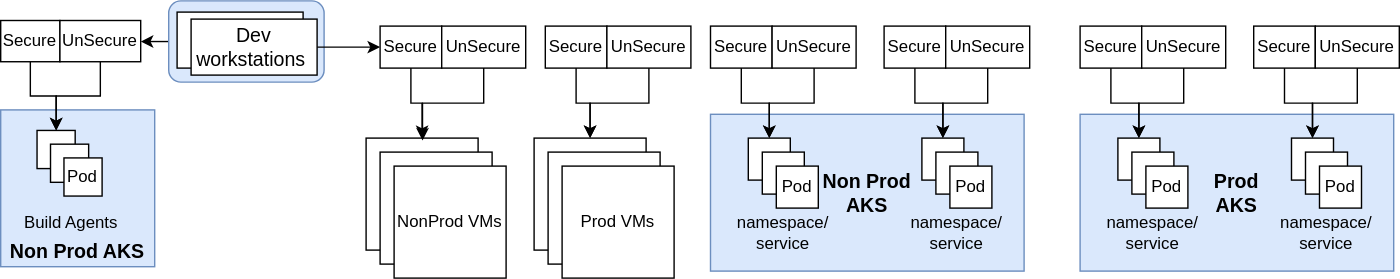
Before: infra/SecureConfigInfrastructure.svg, a diagram exported from draw.io (vjavle/invoicecloud). Source tidied: cells renumbered, new cells last; positions are measured from the earlier drawing's top-left corner, leaving out a move shared by most shapes.
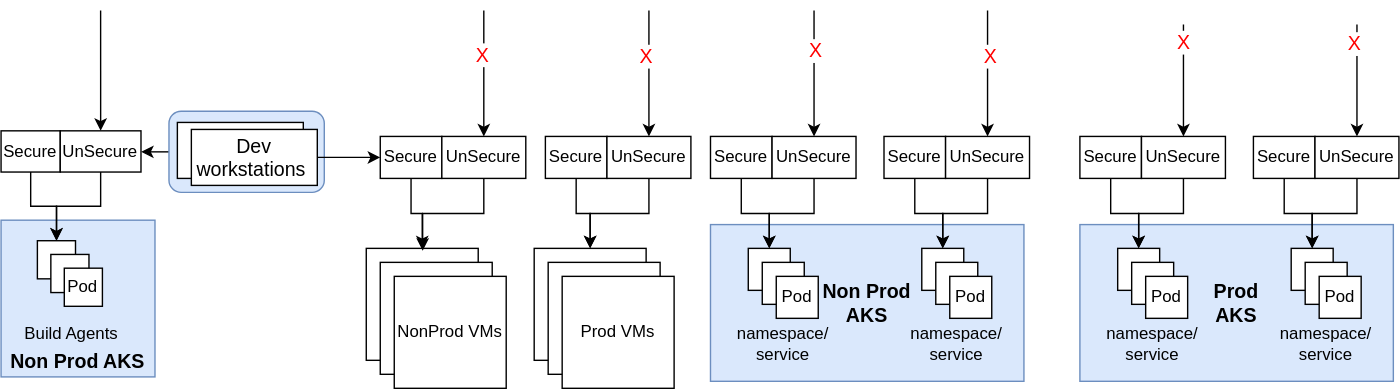
After the change.

Diff of the diagram source:
```diff
@@ -257,5 +257,70 @@
     <mxCell id="86" value="UnSecure" style="rounded=0;whiteSpace=wrap;html=1;" parent="84" vertex="1">
       <mxGeometry x="44" width="60" height="30" as="geometry" />
     </mxCell>
+    <mxCell id="87" style="edgeStyle=orthogonalEdgeStyle;rounded=0;jettySize=auto;html=1;fontSize=14;startArrow=classic;startFill=1;endArrow=none;endFill=0;" parent="1" edge="1" source="37">
+      <mxGeometry relative="1" as="geometry">
+        <mxPoint x="71.2" y="-72" as="targetPoint" />
+      </mxGeometry>
+    </mxCell>
+    <mxCell id="88" style="edgeStyle=orthogonalEdgeStyle;rounded=0;jettySize=auto;html=1;fontSize=14;startArrow=classic;startFill=1;endArrow=none;endFill=0;" parent="1" edge="1" source="20">
+      <mxGeometry relative="1" as="geometry">
+        <mxPoint x="345" y="-72" as="targetPoint" />
+      </mxGeometry>
+    </mxCell>
+    <mxCell id="89" value="X" style="edgeLabel;html=1;align=center;verticalAlign=middle;fontSize=14;fontColor=#FF0000;" parent="88" vertex="1">
+      <mxGeometry x="0.29" y="1" relative="1" as="geometry" />
+    </mxCell>
+    <mxCell id="90" style="edgeStyle=orthogonalEdgeStyle;rounded=0;jettySize=auto;html=1;fontSize=14;startArrow=classic;startFill=1;endArrow=none;endFill=0;" parent="1" edge="1" source="52">
+      <mxGeometry relative="1" as="geometry">
+        <mxPoint x="463" y="-72" as="targetPoint" />
+      </mxGeometry>
+    </mxCell>
+    <mxCell id="91" value="X" style="edgeLabel;html=1;align=center;verticalAlign=middle;fontSize=14;fontColor=#FF0000;" parent="90" vertex="1">
+      <mxGeometry x="0.28" y="2" relative="1" as="geometry" />
+    </mxCell>
+    <mxCell id="92" style="edgeStyle=orthogonalEdgeStyle;rounded=0;jettySize=auto;html=1;fontSize=14;startArrow=classic;startFill=1;endArrow=none;endFill=0;" parent="1" edge="1" source="63">
+      <mxGeometry relative="1" as="geometry">
+        <mxPoint x="705" y="-72" as="targetPoint" />
+      </mxGeometry>
+    </mxCell>
+    <mxCell id="93" value="X" style="edgeLabel;html=1;align=center;verticalAlign=middle;fontSize=14;fontColor=#FF0000;" parent="92" vertex="1">
+      <mxGeometry x="0.28" y="-2" relative="1" as="geometry" />
+    </mxCell>
+    <mxCell id="94" style="edgeStyle=orthogonalEdgeStyle;rounded=0;jettySize=auto;html=1;fontSize=14;startArrow=classic;startFill=1;endArrow=none;endFill=0;" parent="1" edge="1" source="75">
+      <mxGeometry relative="1" as="geometry">
+        <mxPoint x="845" y="-62" as="targetPoint" />
+        <Array as="points">
+          <mxPoint x="845" y="-52" />
+          <mxPoint x="845" y="-52" />
+        </Array>
+      </mxGeometry>
+    </mxCell>
+    <mxCell id="95" value="X" style="edgeLabel;html=1;align=center;verticalAlign=middle;fontSize=14;fontColor=#FF0000;" parent="94" vertex="1">
+      <mxGeometry x="0.66" relative="1" as="geometry" />
+    </mxCell>
+    <mxCell id="96" style="edgeStyle=orthogonalEdgeStyle;rounded=0;jettySize=auto;html=1;fontSize=14;fontColor=#FF0000;startArrow=classic;startFill=1;endArrow=none;endFill=0;" parent="1" edge="1" source="49">
+      <mxGeometry relative="1" as="geometry">
+        <mxPoint x="581" y="-72" as="targetPoint" />
+        <Array as="points">
+          <mxPoint x="581" y="-52" />
+          <mxPoint x="581" y="-52" />
+        </Array>
+      </mxGeometry>
+    </mxCell>
+    <mxCell id="97" value="X" style="edgeLabel;html=1;align=center;verticalAlign=middle;fontSize=14;fontColor=#FF0000;" parent="96" vertex="1">
+      <mxGeometry x="0.35" y="-1" relative="1" as="geometry" />
+    </mxCell>
+    <mxCell id="98" style="edgeStyle=orthogonalEdgeStyle;rounded=0;jettySize=auto;html=1;fontSize=14;fontColor=#FF0000;startArrow=classic;startFill=1;endArrow=none;endFill=0;" parent="1" edge="1" source="86">
+      <mxGeometry relative="1" as="geometry">
+        <mxPoint x="969" y="-62" as="targetPoint" />
+        <Array as="points">
+          <mxPoint x="969" y="-42" />
+          <mxPoint x="969" y="-42" />
+        </Array>
+      </mxGeometry>
+    </mxCell>
+    <mxCell id="99" value="X" style="edgeLabel;html=1;align=center;verticalAlign=middle;fontSize=14;fontColor=#FF0000;" parent="98" vertex="1">
+      <mxGeometry x="0.65" y="2" relative="1" as="geometry" />
+    </mxCell>
   </root>
 </mxGraphModel>
```
